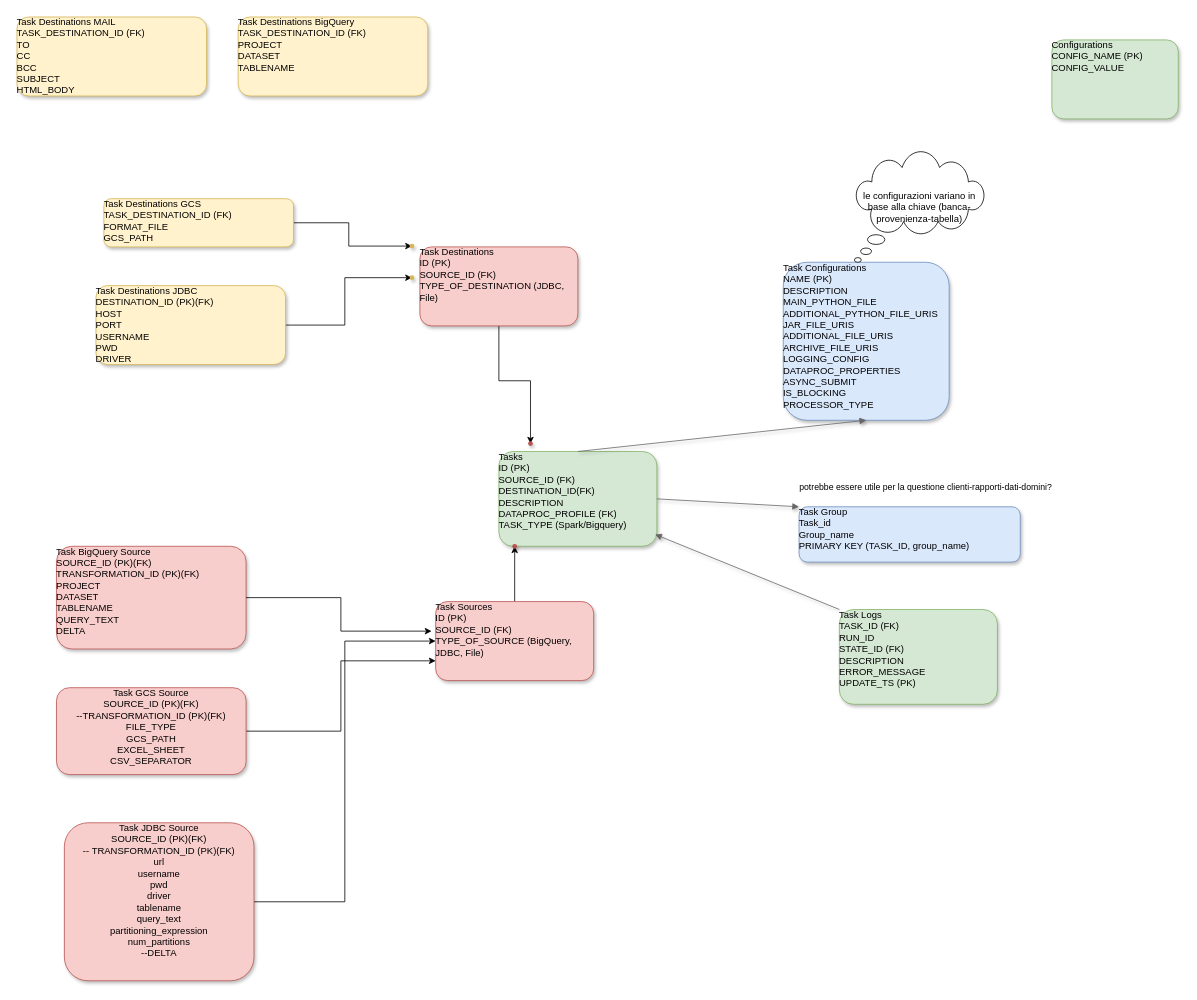
arrigonimatteo81/ingestion_project keeps this draw.io diagram as ER_Diagram.drawio. Above is the earlier version. Source tidied: cells renumbered, new cells numbered last; positions are measured from the earlier drawing's top-left corner, leaving out a move shared by most shapes. Both pictures are drawn from the tidied source at 79%, with x=0, y=0 at pixel (17, 17).
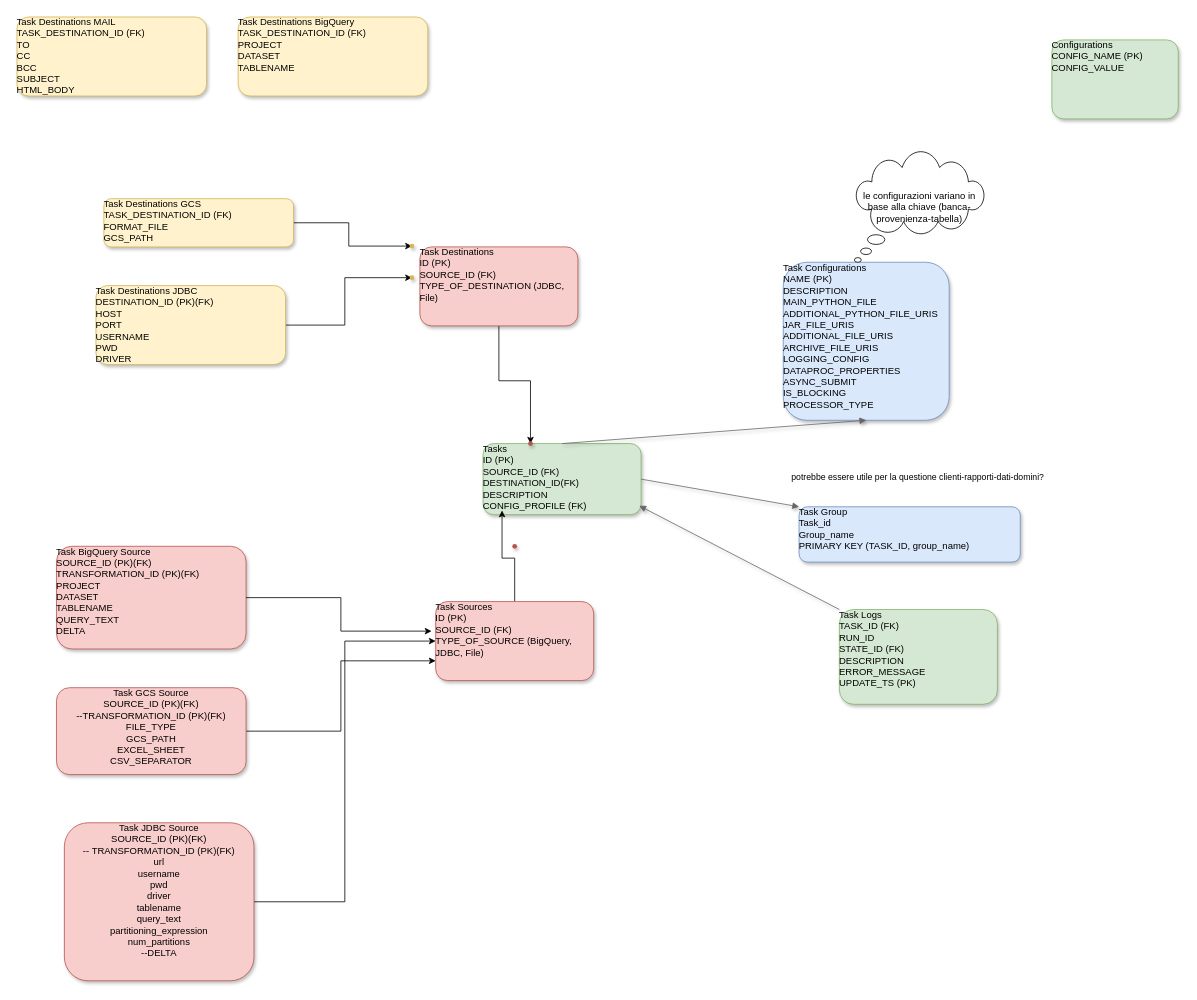
After the change.

Commit message (it also covers changes not shown here):
modifica al diagramma ER e altri sql di create table

The change refers to these unchanged cells:
```xml
<mxCell id="7" value="Task Sources&lt;br&gt;ID (PK)&lt;br&gt;SOURCE_ID (FK)&lt;div&gt;TYPE_OF_SOURCE (BigQuery, JDBC, File)&lt;/div&gt;" style="rounded=1;whiteSpace=wrap;html=1;verticalAlign=top;align=left;overflow=fill;shadow=1;fillColor=#f8cecc;strokeColor=#b85450;" parent="1" vertex="1">
  <mxGeometry x="530" y="740" width="200" height="100" as="geometry" />
</mxCell>
<mxCell id="26" style="shape=waypoint;sketch=0;size=6;points=[];fillColor=#f8cecc;perimeter=centerPerimeter;snapToPoint=1;align=left;verticalAlign=top;strokeColor=#b85450;rounded=1;shadow=1;" parent="1" vertex="1">
  <mxGeometry x="620" y="660" width="20" height="20" as="geometry" />
</mxCell>
```

Diff of the diagram source:
```diff
@@
-    <mxCell id="4" value="Tasks&lt;br&gt;ID (PK)&lt;div&gt;SOURCE_ID (FK)&lt;/div&gt;&lt;div&gt;DESTINATION_ID(FK)&lt;br&gt;DESCRIPTION&lt;br&gt;DATAPROC_PROFILE (FK)&lt;br&gt;TASK_TYPE (Spark/Bigquery)&lt;/div&gt;" style="rounded=1;whiteSpace=wrap;html=1;verticalAlign=top;align=left;overflow=fill;shadow=1;fillColor=#d5e8d4;strokeColor=#82b366;" parent="1" vertex="1">
-      <mxGeometry x="610" y="550" width="200" height="120" as="geometry" />
+    <mxCell id="4" value="Tasks&lt;br&gt;ID (PK)&lt;div&gt;SOURCE_ID (FK)&lt;/div&gt;&lt;div&gt;DESTINATION_ID(FK)&lt;br&gt;DESCRIPTION&lt;br&gt;CONFIG_PROFILE (FK)&lt;br&gt;&lt;/div&gt;" style="rounded=1;whiteSpace=wrap;html=1;verticalAlign=top;align=left;overflow=fill;shadow=1;fillColor=#d5e8d4;strokeColor=#82b366;" parent="1" vertex="1">
+      <mxGeometry x="590" y="540" width="200" height="90" as="geometry" />
     </mxCell>
@@
-    <mxCell id="6" style="edgeStyle=orthogonalEdgeStyle;rounded=0;jettySize=auto;html=1;" parent="1" edge="1" source="7" target="26">
+    <mxCell id="6" style="edgeStyle=orthogonalEdgeStyle;rounded=0;jettySize=auto;html=1;entryX=0.12;entryY=0.941;entryDx=0;entryDy=0;entryPerimeter=0;" parent="1" edge="1" source="7" target="4">
       <mxGeometry relative="1" as="geometry" />
     </mxCell>
```
